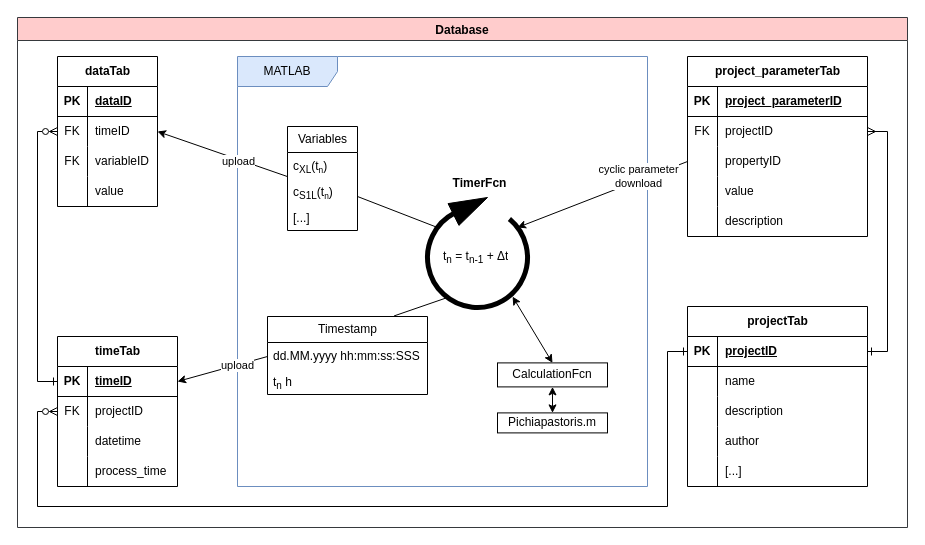
Before: DataHandling.drawio in Yumatlab/bioprocesssimulation, a draw.io diagram. Source tidied: cells renumbered, new cells numbered last; positions are measured from the earlier drawing's top-left corner, leaving out a move shared by most shapes. Both pictures are drawn from the tidied source at 100%, with x=0, y=0 at pixel (17, 17).
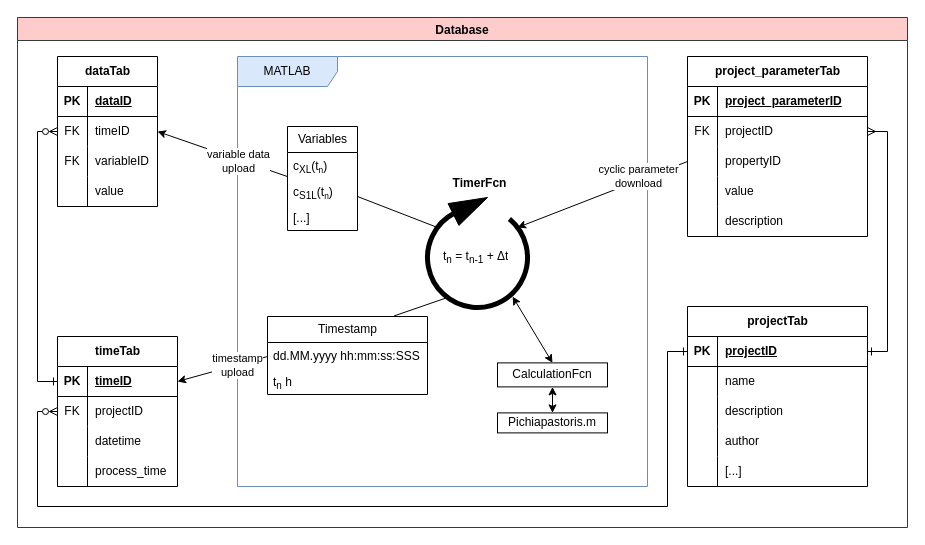
The same diagram, later.

Unchanged cells that the change refers to:
```xml
<mxCell id="79" style="rounded=0;jettySize=auto;html=1;entryX=1;entryY=0.5;entryDx=0;entryDy=0;" parent="5" edge="1" target="41">
  <mxGeometry relative="1" as="geometry">
    <mxPoint x="250" y="339" as="sourcePoint" />
  </mxGeometry>
</mxCell>
<mxCell id="82" style="rounded=0;jettySize=auto;html=1;exitX=0;exitY=0.926;exitDx=0;exitDy=0;entryX=1;entryY=0.5;entryDx=0;entryDy=0;exitPerimeter=0;" parent="5" edge="1" source="8" target="15">
  <mxGeometry relative="1" as="geometry" />
</mxCell>
```

The edit, as a diff of the source:
```diff
@@
-    <mxCell id="80" value="upload" style="edgeLabel;html=1;align=center;verticalAlign=middle;" parent="79" vertex="1">
+    <mxCell id="80" value="timestamp&lt;br&gt;upload" style="edgeLabel;html=1;align=center;verticalAlign=middle;" parent="79" vertex="1">
       <mxGeometry x="0.15" y="1" relative="1" as="geometry">
         <mxPoint x="21" y="-7" as="offset" />
       </mxGeometry>
     </mxCell>
@@
-    <mxCell id="83" value="upload" style="edgeLabel;html=1;align=center;verticalAlign=middle;" parent="82" vertex="1">
+    <mxCell id="83" value="variable data&lt;br&gt;upload" style="edgeLabel;html=1;align=center;verticalAlign=middle;" parent="82" vertex="1">
       <mxGeometry x="-0.02" y="-3" relative="1" as="geometry">
         <mxPoint x="13" y="9" as="offset" />
       </mxGeometry>
     </mxCell>
```
